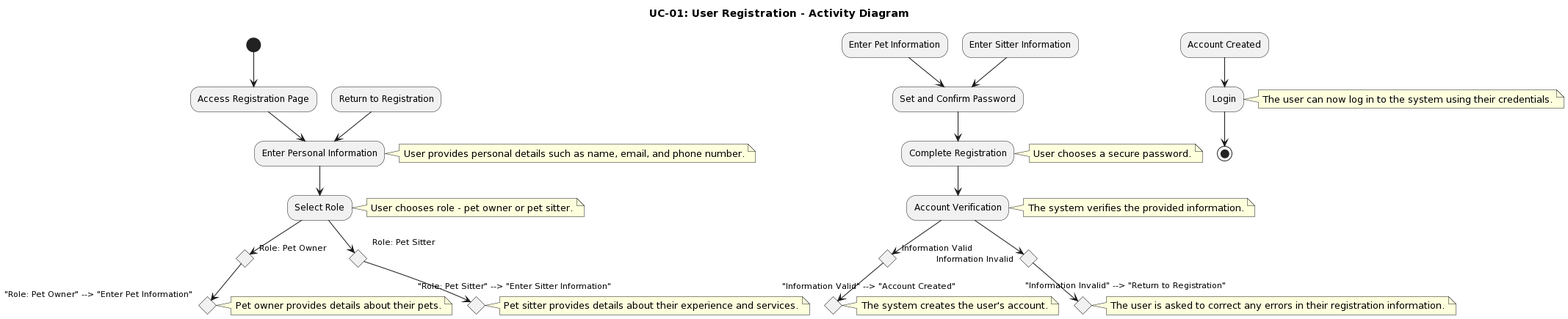
IrenePorta/PetSitters keeps this PlantUML diagram as Documents/PlantUML/UC-01_ACTIVITY_Diagram.png. Above is the earlier version.
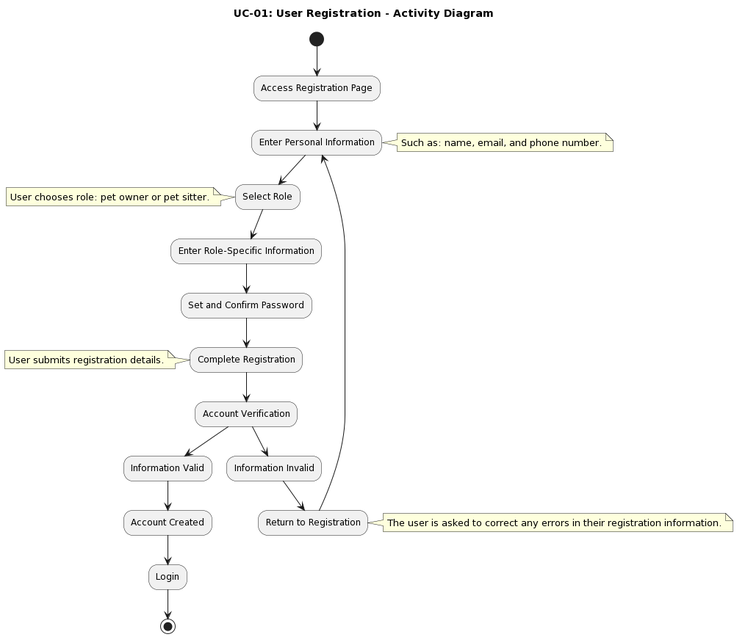
Above is the later version.

Diff of the diagram source:
```diff
@@ -4,35 +4,28 @@
 (*) --> "Access Registration Page"
 
 "Access Registration Page" --> "Enter Personal Information"
-note right: User provides personal details such as name, email, and phone number.
+note right: Such as: name, email, and phone number.
 
 "Enter Personal Information" --> "Select Role"
-note right: User chooses role - pet owner or pet sitter.
+note left: User chooses role: pet owner or pet sitter.
 
-"Select Role" --> if "Role: Pet Owner"
-if "Role: Pet Owner" --> "Enter Pet Information"
-note right: Pet owner provides details about their pets.
-"Enter Pet Information" --> "Set and Confirm Password"
+"Select Role" --> "Enter Role-Specific Information"
 
-"Select Role" --> if "Role: Pet Sitter"
-if "Role: Pet Sitter" --> "Enter Sitter Information"
-note right: Pet sitter provides details about their experience and services.
-"Enter Sitter Information" --> "Set and Confirm Password"
+"Enter Role-Specific Information" --> "Set and Confirm Password"
 
 "Set and Confirm Password" --> "Complete Registration"
-note right: User chooses a secure password.
+note left: User submits registration details.
 
 "Complete Registration" --> "Account Verification"
-note right: The system verifies the provided information.
 
-"Account Verification" --> if "Information Valid"
-if "Information Valid" --> "Account Created"
-note right: The system creates the user's account.
+"Account Verification" --> "Information Valid"
+
+"Information Valid" --> "Account Created"
+
 "Account Created" --> "Login"
-note right: The user can now log in to the system using their credentials.
 
-"Account Verification" --> if "Information Invalid"
-if "Information Invalid" --> "Return to Registration"
+"Account Verification" --> "Information Invalid"
+"Information Invalid" --> "Return to Registration"
 note right: The user is asked to correct any errors in their registration information.
 "Return to Registration" --> "Enter Personal Information"
 
```
